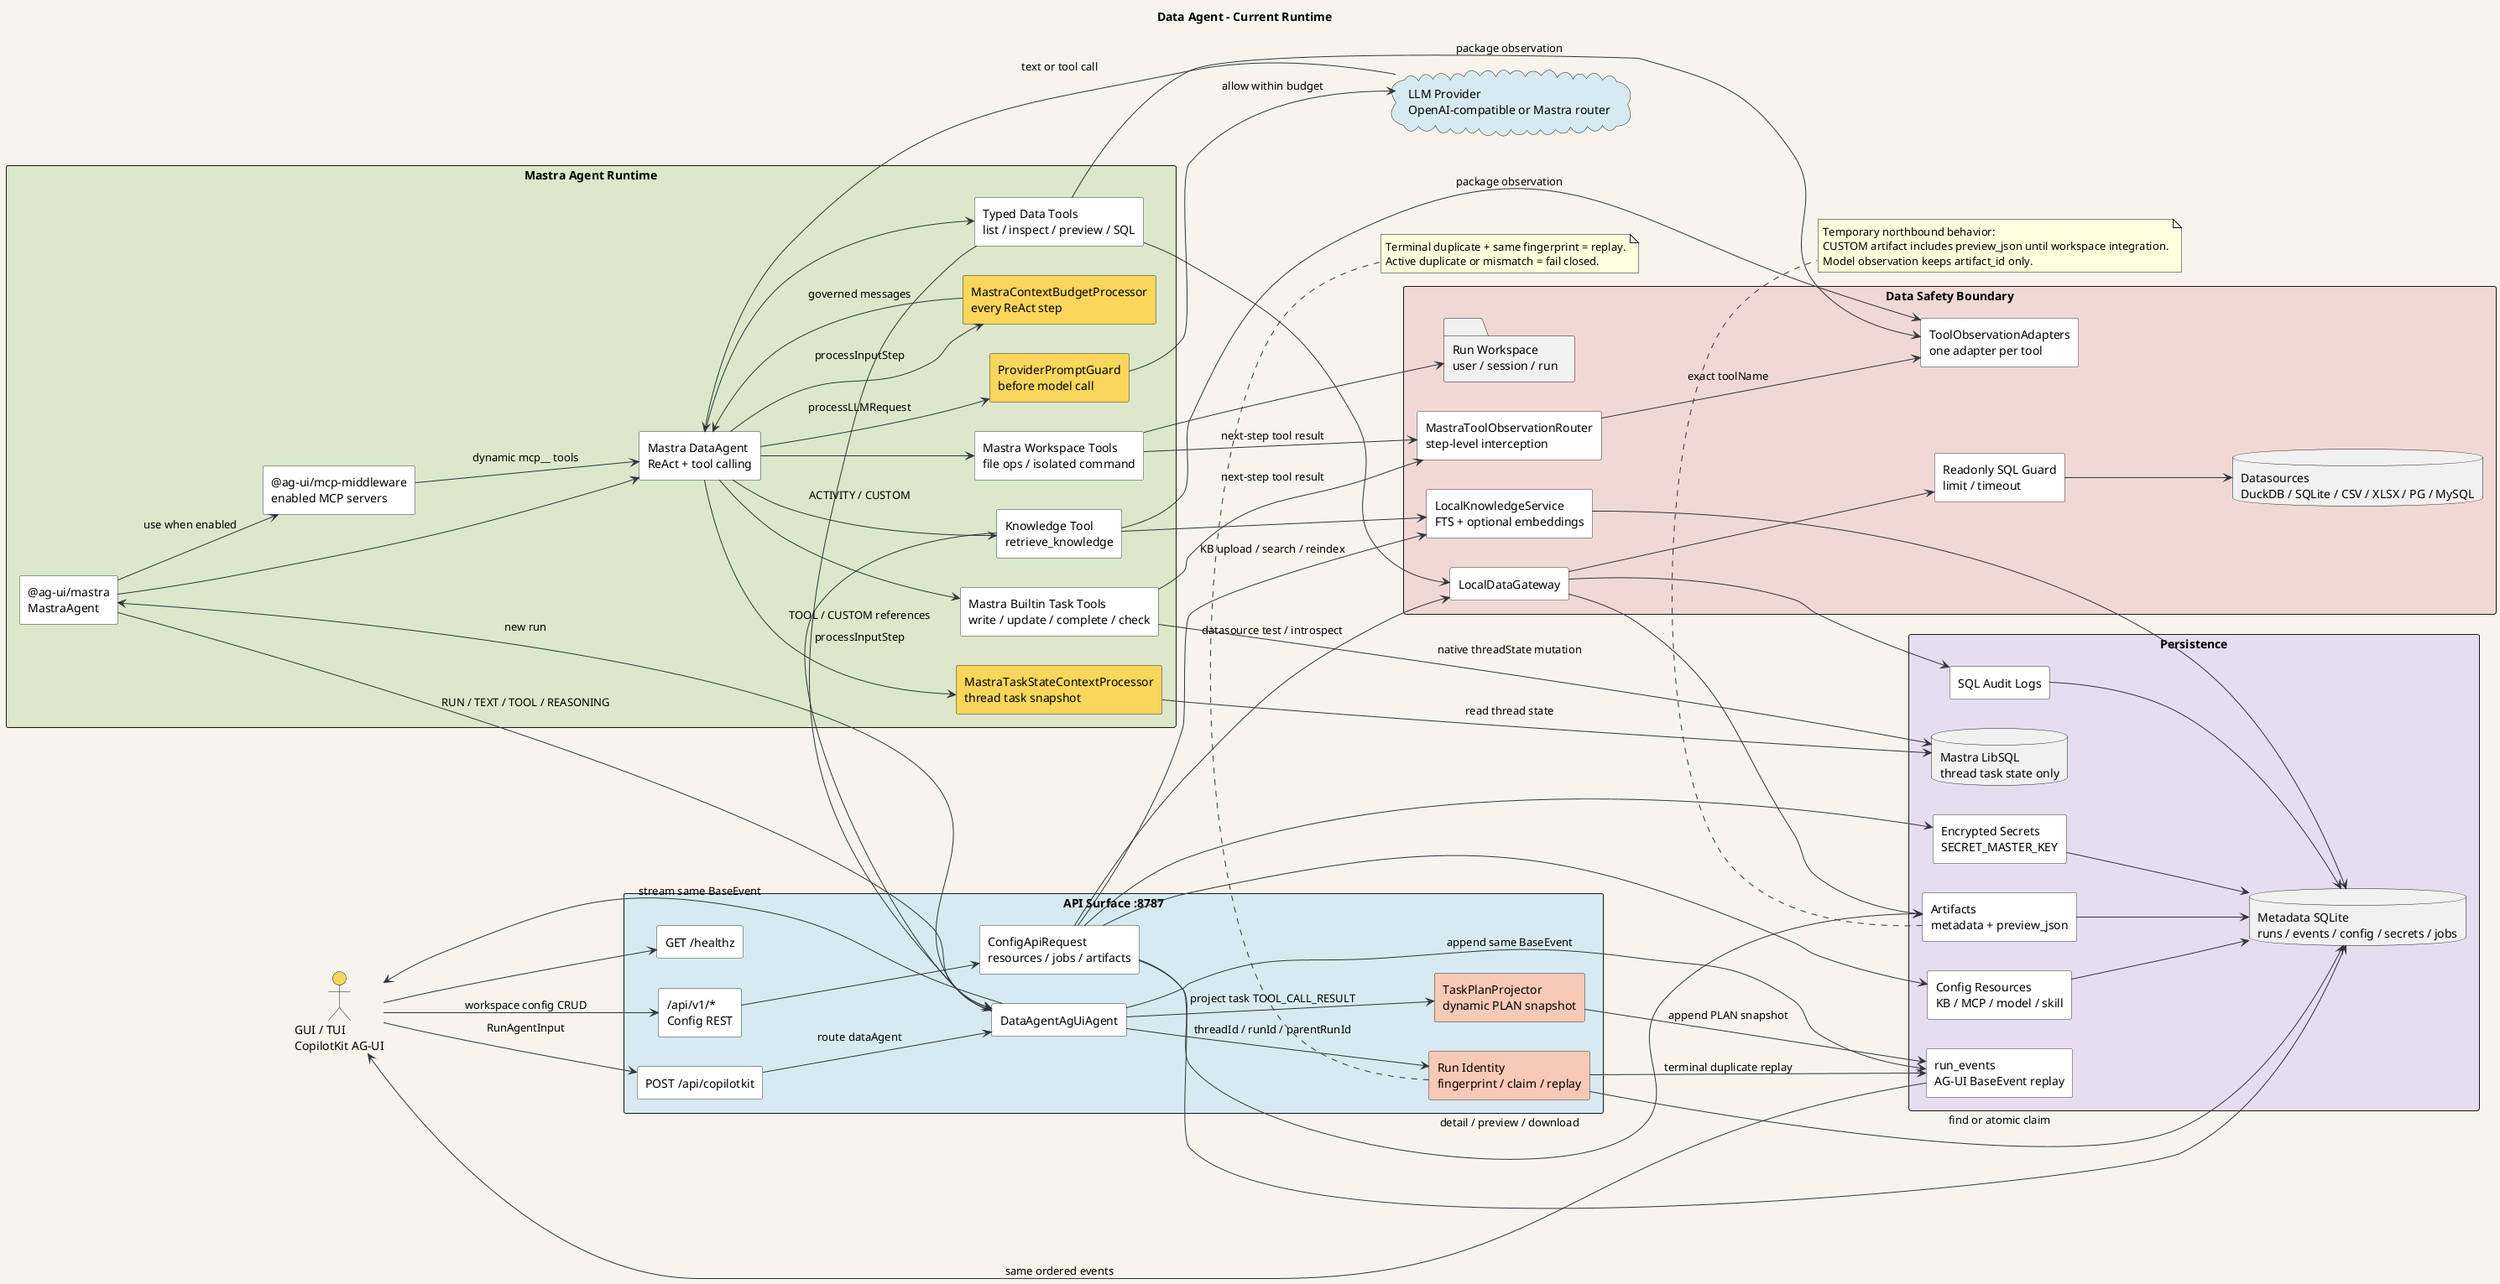
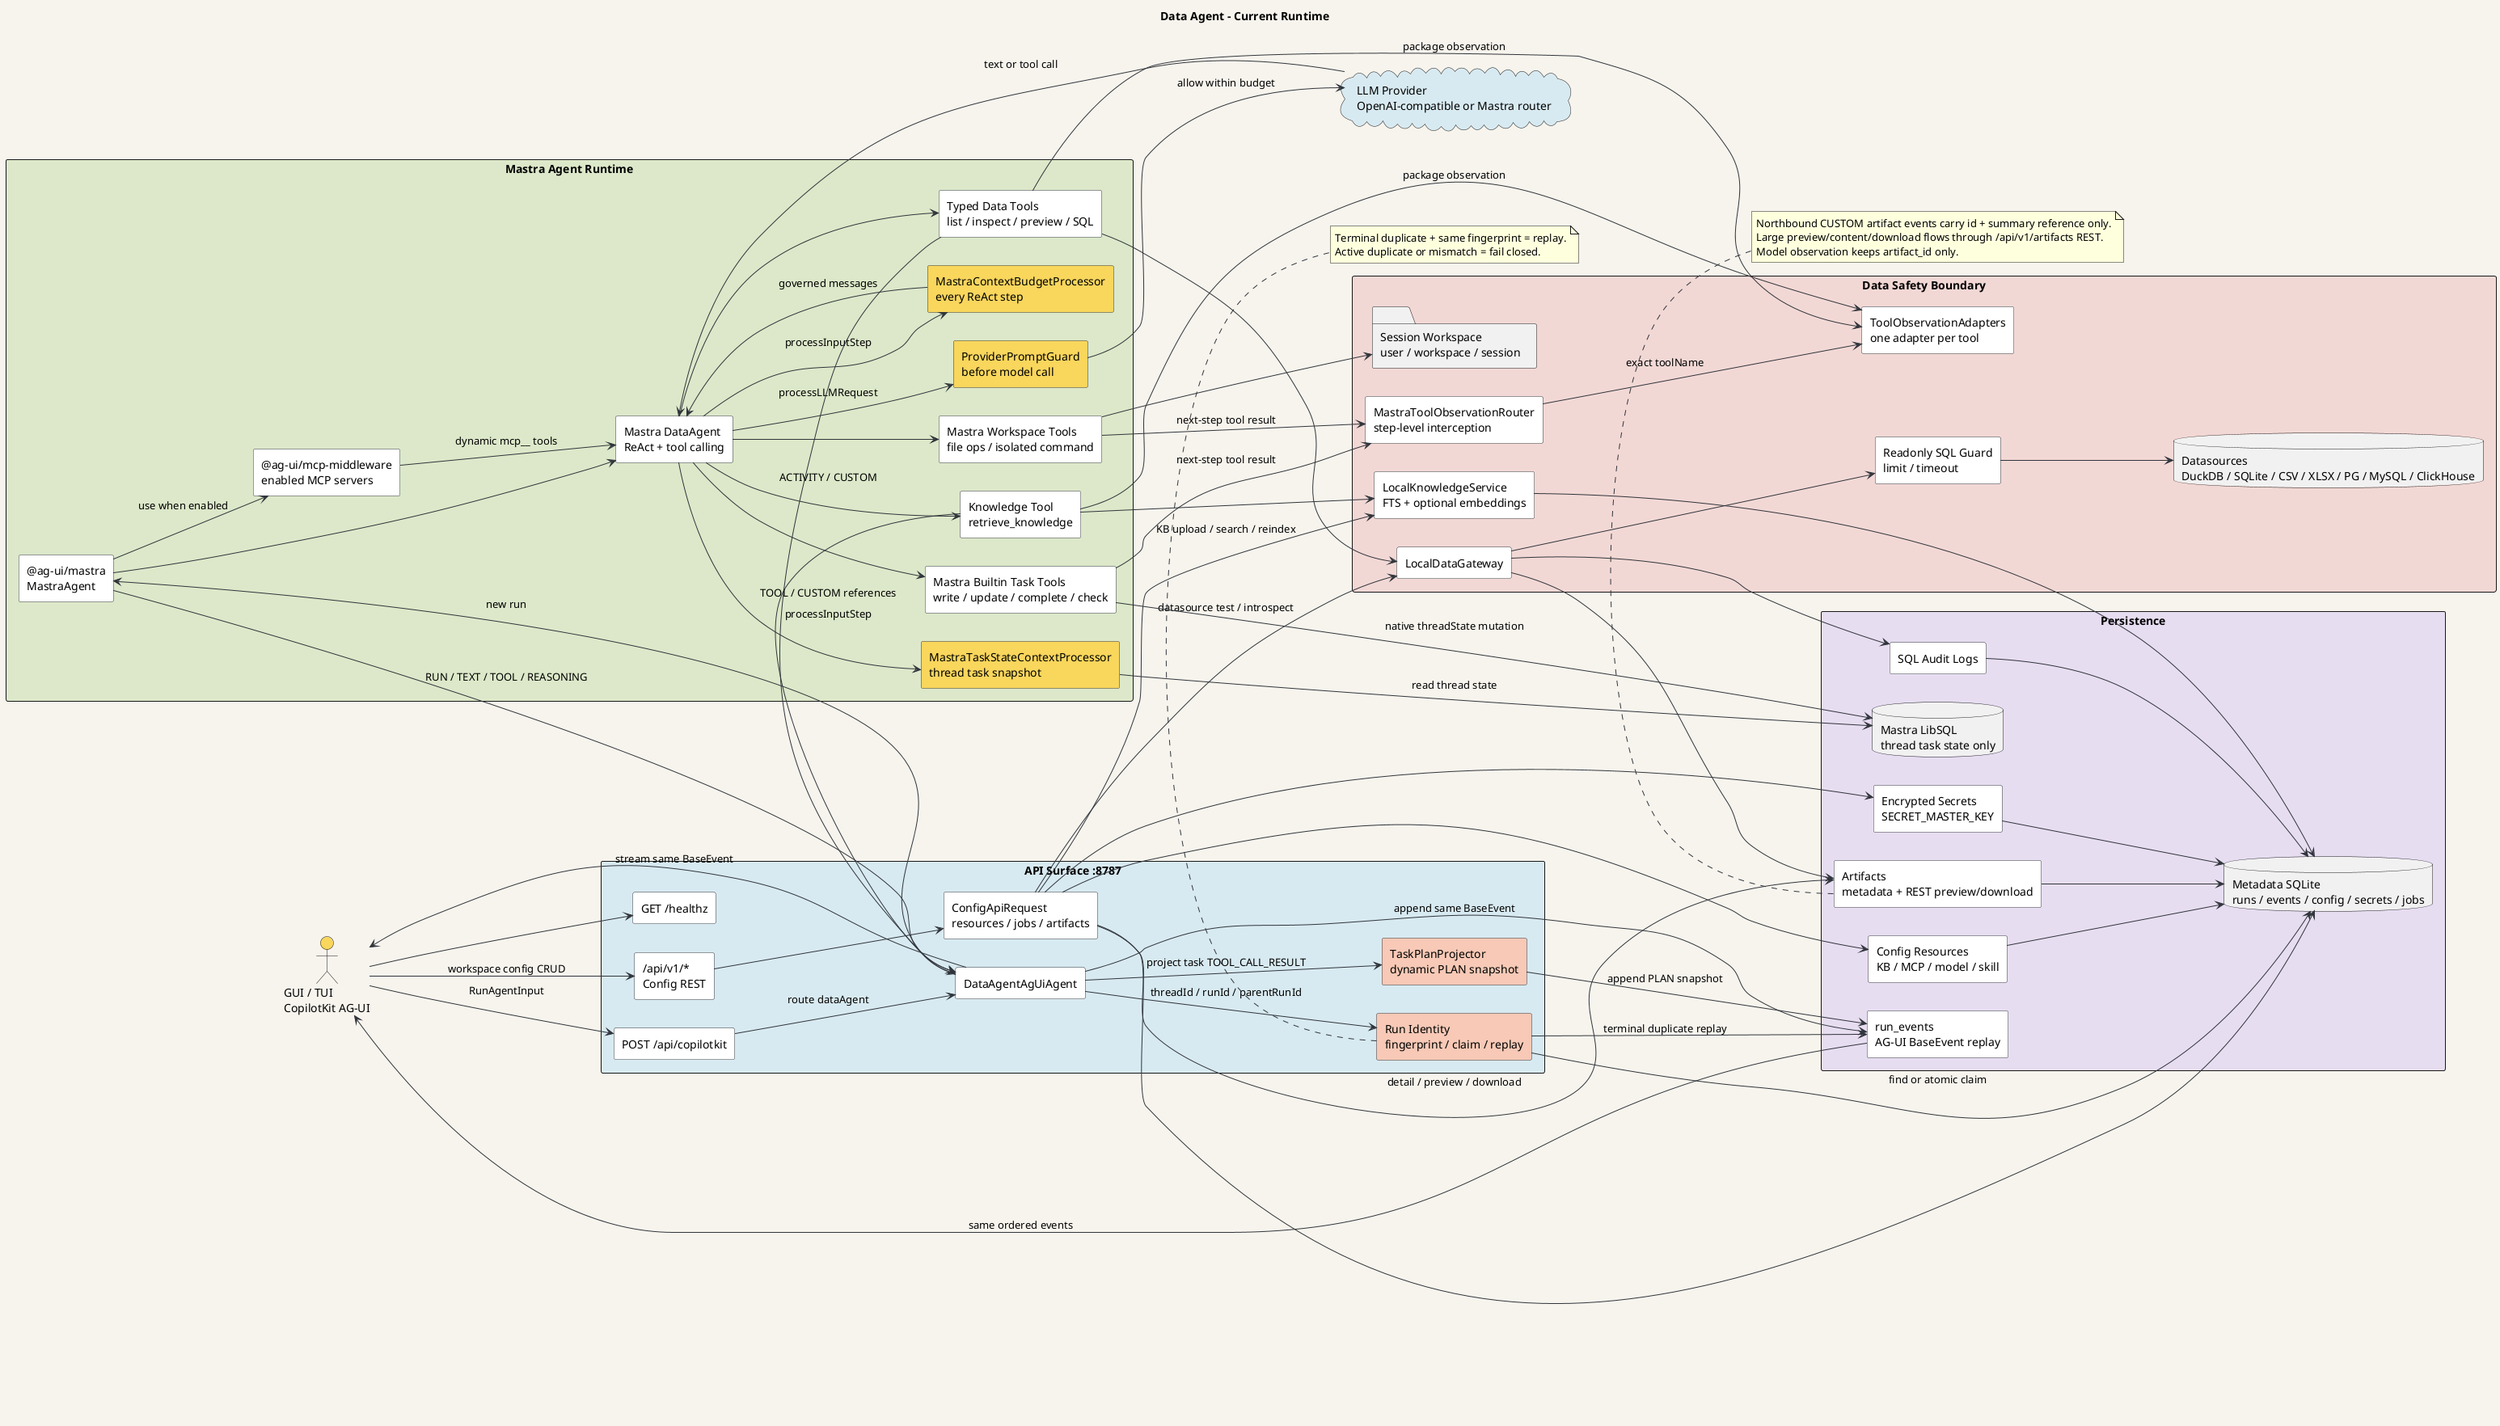
@startuml
title Data Agent - Current Runtime

left to right direction
skinparam componentStyle rectangle
skinparam packageStyle rectangle
skinparam shadowing false
skinparam backgroundColor #F7F4ED
skinparam defaultFontName Arial
skinparam ArrowColor #30343B
skinparam component {
  BackgroundColor #FFFFFF
  BorderColor #30343B
}

actor "GUI / TUI\nCopilotKit AG-UI" as Client #F9D65C

package "API Surface :8787" #D8EAF1 {
  component "GET /healthz" as Health #FFFFFF
  component "/api/v1/*\nConfig REST" as ConfigRest #FFFFFF
  component "ConfigApiRequest\nresources / jobs / artifacts" as ConfigApi #FFFFFF
  component "POST /api/copilotkit" as Endpoint #FFFFFF
  component "DataAgentAgUiAgent" as Bridge #FFFFFF
  component "Run Identity\nfingerprint / claim / replay" as Identity #F7C9B6
  component "TaskPlanProjector\ndynamic PLAN snapshot" as Plan #F7C9B6
}

package "Mastra Agent Runtime" #DCE8C9 {
  component "@ag-ui/mastra\nMastraAgent" as AgUiMastra
  component "Mastra DataAgent\nReAct + tool calling" as Agent
  component "@ag-ui/mcp-middleware\nenabled MCP servers" as McpMiddleware
  component "MastraContextBudgetProcessor\nevery ReAct step" as ContextProcessor #F9D65C
  component "MastraTaskStateContextProcessor\nthread task snapshot" as TaskProcessor #F9D65C
  component "ProviderPromptGuard\nbefore model call" as PromptGuard #F9D65C
  component "Typed Data Tools\nlist / inspect / preview / SQL" as Tools
  component "Knowledge Tool\nretrieve_knowledge" as KnowledgeTool
  component "Mastra Builtin Task Tools\nwrite / update / complete / check" as TaskTools
  component "Mastra Workspace Tools\nfile ops / isolated command" as WorkspaceTools
}

package "Data Safety Boundary" #F2D8D5 {
  component "MastraToolObservationRouter\nstep-level interception" as ObservationRouter
  component "ToolObservationAdapters\none adapter per tool" as ToolObservationAdapters
  component "LocalDataGateway" as Gateway
  component "LocalKnowledgeService\nFTS + optional embeddings" as Knowledge
  component "Readonly SQL Guard\nlimit / timeout" as SqlGuard
-   folder "Run Workspace\nuser / session / run" as RunWorkspace
-   database "Datasources\nDuckDB / SQLite / CSV / XLSX / PG / MySQL" as Sources
+   folder "Session Workspace\nuser / workspace / session" as RunWorkspace
+   database "Datasources\nDuckDB / SQLite / CSV / XLSX / PG / MySQL / ClickHouse" as Sources
}

package "Persistence" #E7DDF1 {
  database "Metadata SQLite\nruns / events / config / secrets / jobs" as Metadata
  database "Mastra LibSQL\nthread task state only" as TaskState
  component "run_events\nAG-UI BaseEvent replay" as Events
  component "SQL Audit Logs" as Audit
-   component "Artifacts\nmetadata + preview_json" as Artifacts
+   component "Artifacts\nmetadata + REST preview/download" as Artifacts
  component "Config Resources\nKB / MCP / model / skill" as ConfigResources
  component "Encrypted Secrets\nSECRET_MASTER_KEY" as Secrets
}

cloud "LLM Provider\nOpenAI-compatible or Mastra router" as Model #D8EAF1

Client --> Endpoint : RunAgentInput
Client --> ConfigRest : workspace config CRUD
Client --> Health
ConfigRest --> ConfigApi
ConfigApi --> Metadata
ConfigApi --> ConfigResources
ConfigApi --> Secrets
ConfigApi --> Gateway : datasource test / introspect
ConfigApi --> Knowledge : KB upload / search / reindex
ConfigApi --> Artifacts : detail / preview / download
Endpoint --> Bridge : route dataAgent
Bridge --> Identity : threadId / runId / parentRunId
Identity --> Metadata : find or atomic claim
Identity --> Events : terminal duplicate replay
Events --> Client : same ordered events

Bridge --> AgUiMastra : new run
AgUiMastra --> Agent
AgUiMastra --> McpMiddleware : use when enabled
McpMiddleware --> Agent : dynamic mcp__ tools
Agent --> ContextProcessor : processInputStep
Agent --> TaskProcessor : processInputStep
TaskProcessor --> TaskState : read thread state
ContextProcessor --> Agent : governed messages
Agent --> PromptGuard : processLLMRequest
PromptGuard --> Model : allow within budget
Model --> Agent : text or tool call

Agent --> Tools
Agent --> KnowledgeTool
Agent --> TaskTools
Agent --> WorkspaceTools
KnowledgeTool --> Knowledge
Knowledge --> Metadata
KnowledgeTool --> ToolObservationAdapters : package observation
Tools --> ToolObservationAdapters : package observation
TaskTools --> TaskState : native threadState mutation
TaskTools --> ObservationRouter : next-step tool result
WorkspaceTools --> ObservationRouter : next-step tool result
ObservationRouter --> ToolObservationAdapters : exact toolName
WorkspaceTools --> RunWorkspace
Tools --> Gateway
Gateway --> SqlGuard
SqlGuard --> Sources
Gateway --> Audit
Gateway --> Artifacts
Audit --> Metadata
Artifacts --> Metadata
ConfigResources --> Metadata
Secrets --> Metadata

Tools --> Bridge : ACTIVITY / CUSTOM
KnowledgeTool --> Bridge : TOOL / CUSTOM references
AgUiMastra --> Bridge : RUN / TEXT / TOOL / REASONING
Bridge --> Plan : project task TOOL_CALL_RESULT
Plan --> Events : append PLAN snapshot
Bridge --> Events : append same BaseEvent
Bridge --> Client : stream same BaseEvent

note bottom of Identity
Terminal duplicate + same fingerprint = replay.
Active duplicate or mismatch = fail closed.
end note

note bottom of Artifacts
- Temporary northbound behavior:
- CUSTOM artifact includes preview_json until workspace integration.
+ Northbound CUSTOM artifact events carry id + summary reference only.
+ Large preview/content/download flows through /api/v1/artifacts REST.
Model observation keeps artifact_id only.
end note

@enduml
